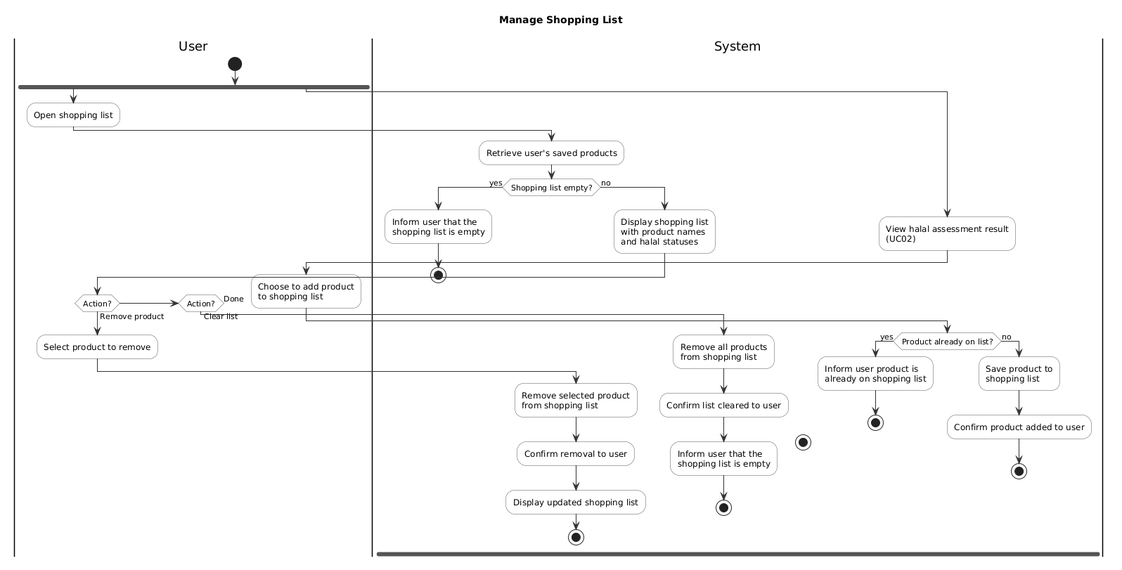
tameemraihan/EatingHalal keeps this PlantUML diagram as docs/assets/images/UC05-manage-shopping-list.png. Above is the earlier version.
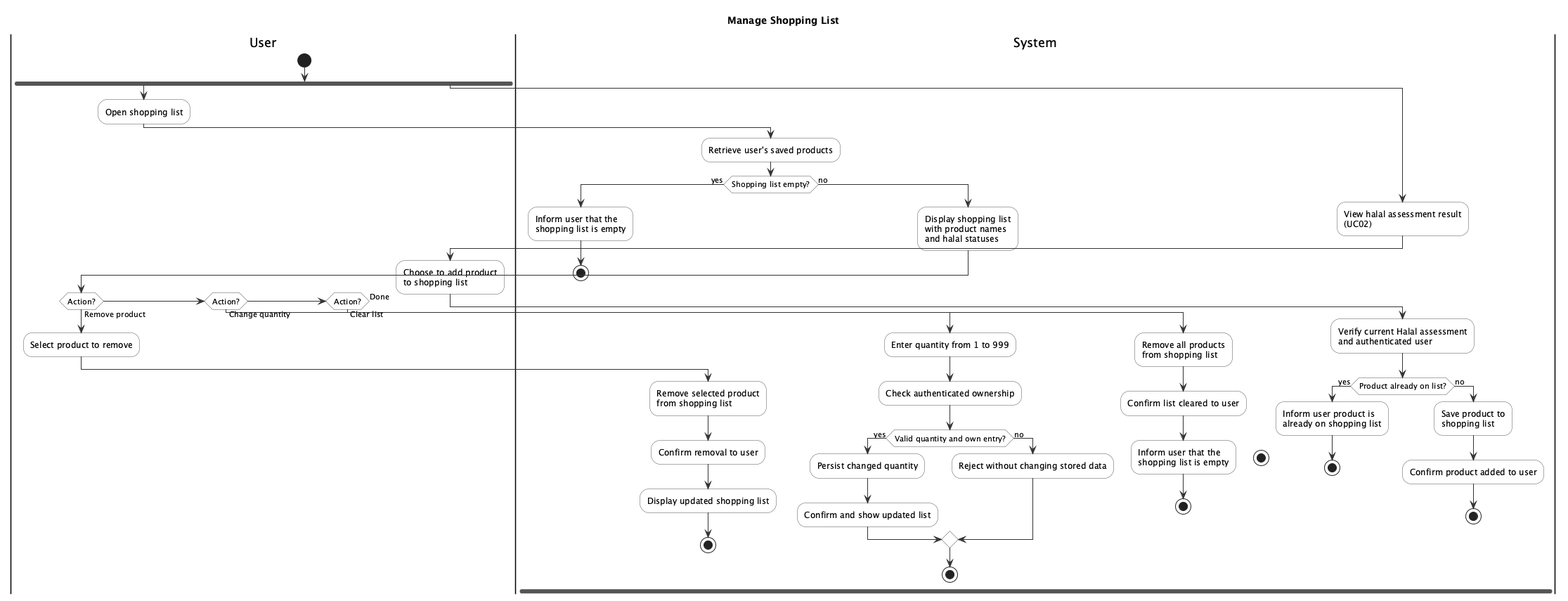
After the change.

Diff of the diagram source:
```diff
@@ -1,4 +1,5 @@
-@startuml
+@startuml UC05_Manage_Shopping_List_Activity
+
 title Manage Shopping List
 
 skinparam shadowing false
@@ -36,6 +37,17 @@
       :Confirm removal to user;
       :Display updated shopping list;
       stop
+    else if (Action?) then (Change quantity)
+      :Enter quantity from 1 to 999;
+      |System|
+      :Check authenticated ownership;
+      if (Valid quantity and own entry?) then (yes)
+        :Persist changed quantity;
+        :Confirm and show updated list;
+      else (no)
+        :Reject without changing stored data;
+      endif
+      stop
     else if (Action?) then (Clear list)
       |System|
       :Remove all products
@@ -58,6 +70,8 @@
   to shopping list;
 
   |System|
+  :Verify current Halal assessment
+and authenticated user;
   if (Product already on list?) then (yes)
     :Inform user product is
     already on shopping list;
@@ -70,4 +84,5 @@
   endif
 
 end fork
+
 @enduml
```
